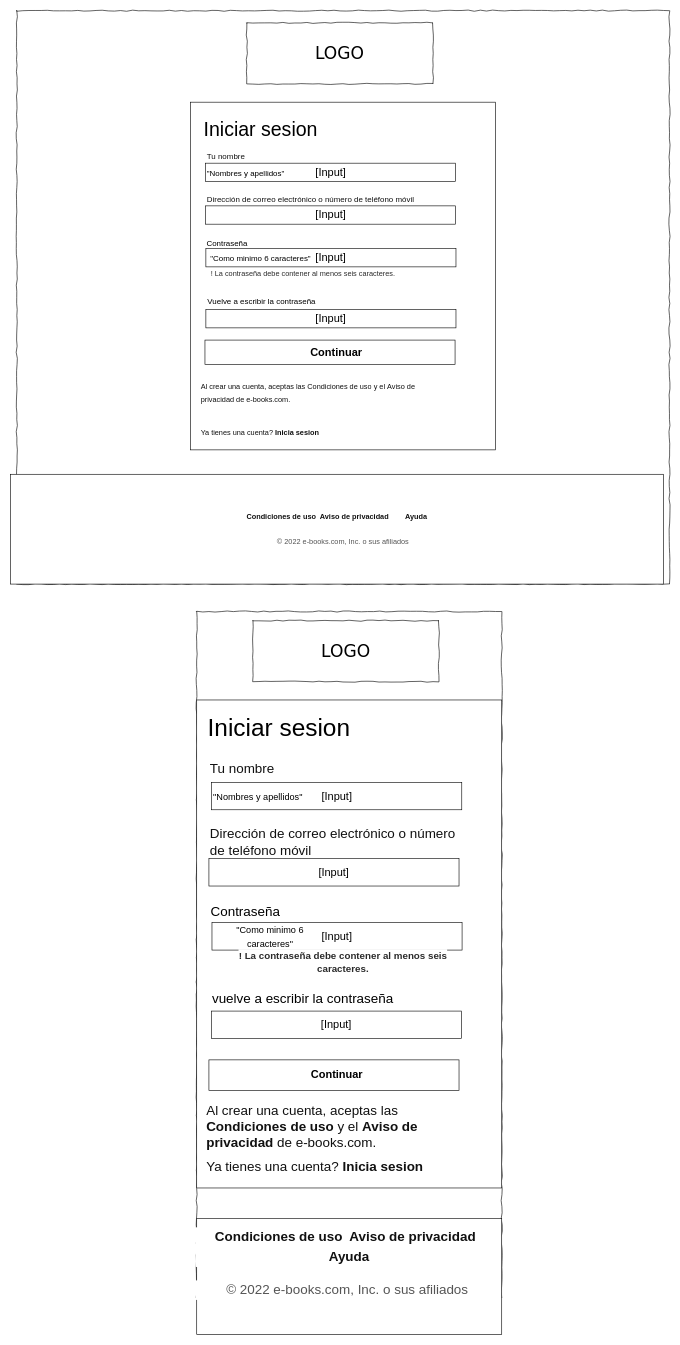
Above: page "Formulario de registro" (2 of 5) of design/Untitled Diagram.drawio in WilmerCordoba23/grupo_1_E-Books (draw.io), before the change. Source tidied: cells renumbered, new cells numbered last; positions are measured from the earlier drawing's top-left corner, leaving out a move shared by most shapes. Both pictures are drawn from the tidied source at 61%, with x=0, y=0 at pixel (10, 10).
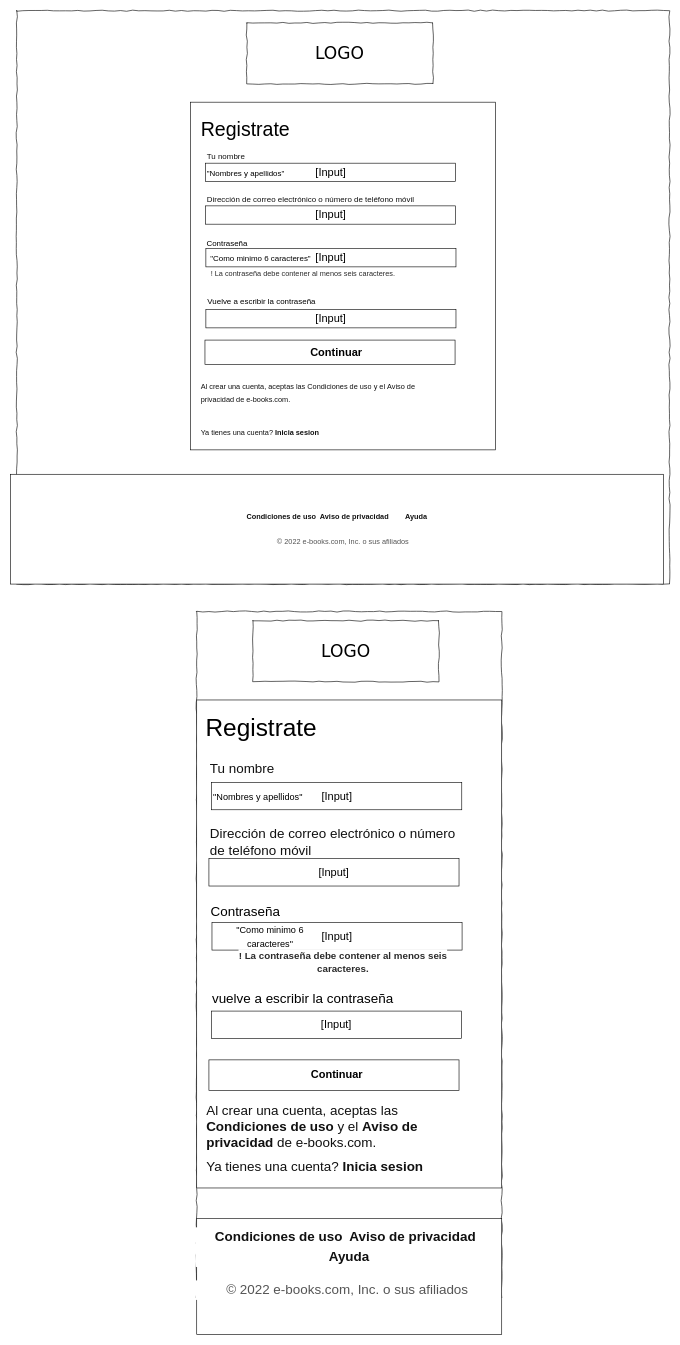
After the change.

Commit message:
Correcion de pequeño error en el Formulario

Change to the diagram source:
```diff
@@
-    <mxCell id="6" value="&lt;font style=&quot;font-size: 32px;&quot;&gt;Iniciar sesion&lt;/font&gt;" style="text;html=1;strokeColor=none;fillColor=none;align=center;verticalAlign=middle;whiteSpace=wrap;rounded=0;" parent="1" vertex="1">
-      <mxGeometry x="270" y="170" width="280" height="50" as="geometry" />
+    <mxCell id="6" value="&lt;font style=&quot;font-size: 32px;&quot;&gt;Registrate&lt;/font&gt;" style="text;html=1;strokeColor=none;fillColor=none;align=center;verticalAlign=middle;whiteSpace=wrap;rounded=0;" parent="1" vertex="1">
+      <mxGeometry x="244.8" y="170" width="280" height="50" as="geometry" />
     </mxCell>
@@
-    <mxCell id="26" value="&lt;font style=&quot;font-size: 40px;&quot;&gt;Iniciar sesion&lt;/font&gt;" style="text;html=1;strokeColor=none;fillColor=none;align=center;verticalAlign=middle;whiteSpace=wrap;rounded=0;" parent="1" vertex="1">
-      <mxGeometry x="300" y="1150" width="280" height="50" as="geometry" />
+    <mxCell id="26" value="&lt;font style=&quot;font-size: 40px;&quot;&gt;Registrate&lt;/font&gt;" style="text;html=1;strokeColor=none;fillColor=none;align=center;verticalAlign=middle;whiteSpace=wrap;rounded=0;" parent="1" vertex="1">
+      <mxGeometry x="270.9" y="1150" width="280" height="50" as="geometry" />
     </mxCell>
```
